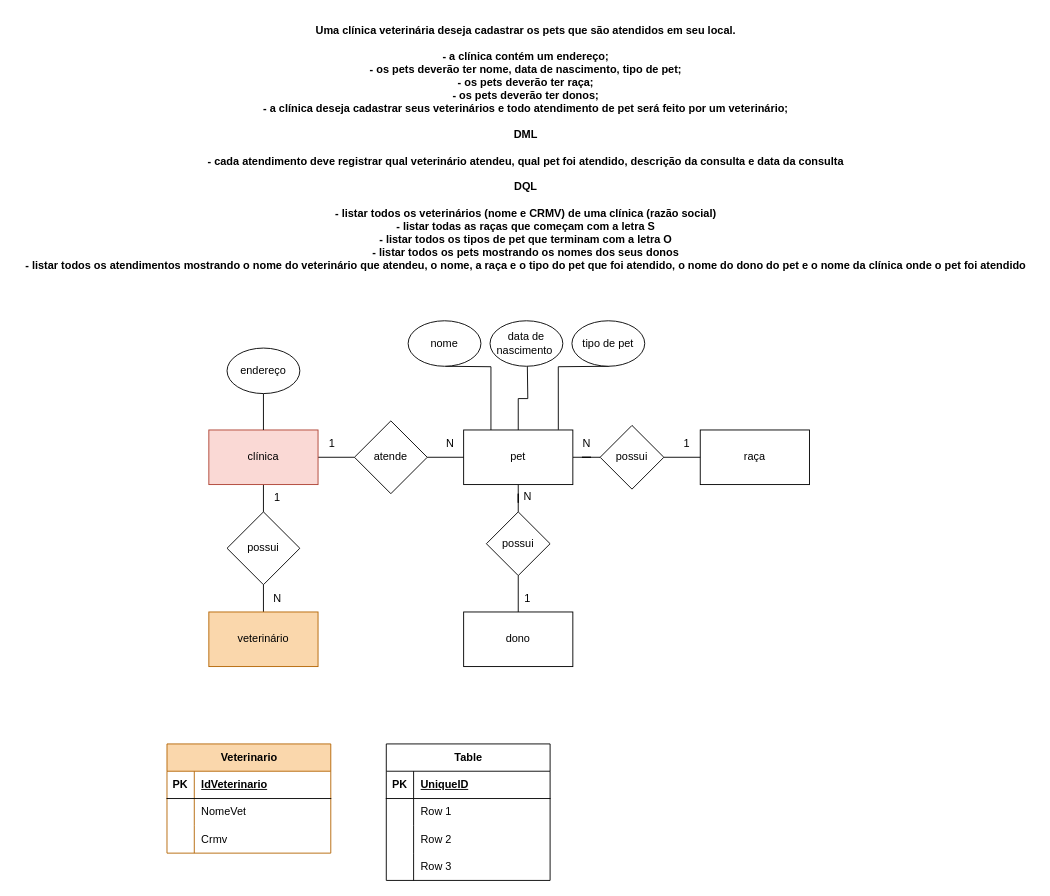
juliaathar/2DM-senai-sprint1-BD keeps this draw.io diagram as 25.07/1.3/1.3 veterinaria.drawio. Above is the earlier version. Source tidied: cells renumbered, new cells numbered last; positions are measured from the earlier drawing's top-left corner, leaving out a move shared by most shapes. Both pictures are drawn from the tidied source at 91%, with x=0, y=0 at pixel (15, 15).
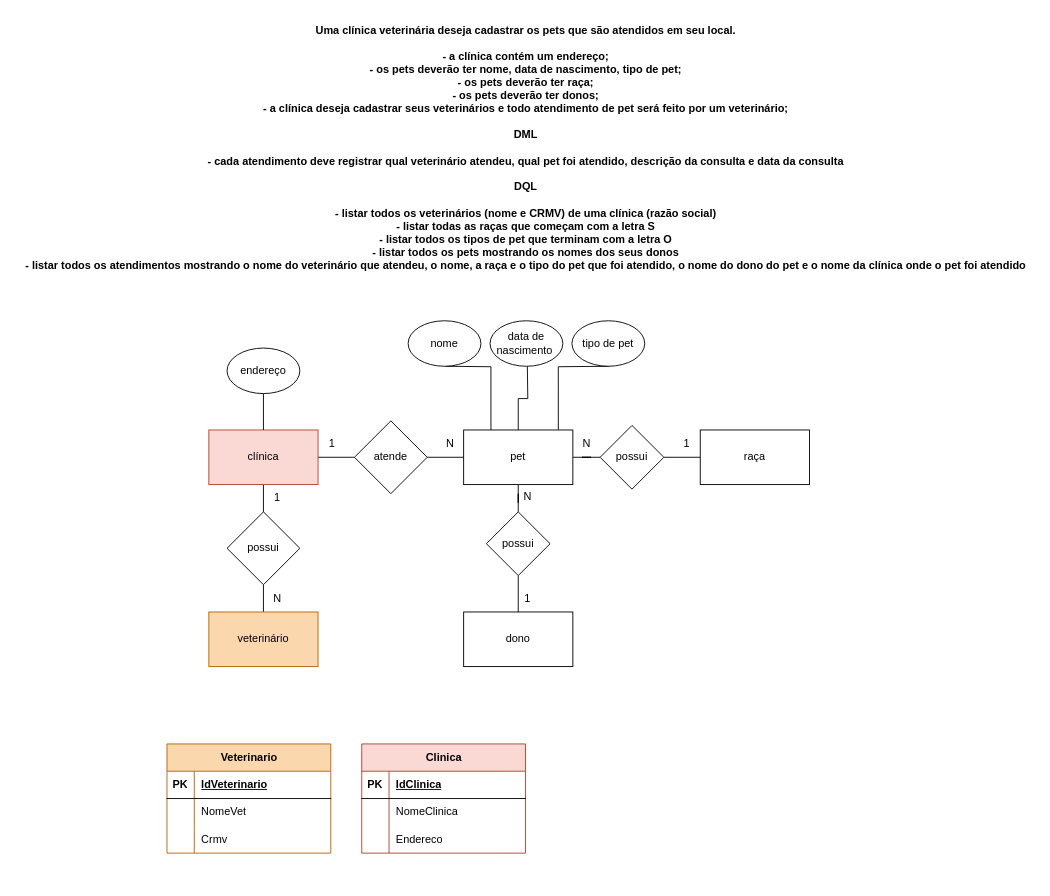
The same page after the edit.

The change refers to these unchanged cells:
```xml
<mxCell id="47" style="shape=tableRow;horizontal=0;startSize=0;swimlaneHead=0;swimlaneBody=0;fillColor=none;top=0;left=0;right=0;bottom=1;" parent="46" vertex="1">
  <mxGeometry y="30" width="180" height="30" as="geometry" />
</mxCell>
<mxCell id="50" style="shape=tableRow;horizontal=0;startSize=0;swimlaneHead=0;swimlaneBody=0;fillColor=none;top=0;left=0;right=0;bottom=0;" parent="46" vertex="1">
  <mxGeometry y="60" width="180" height="30" as="geometry" />
</mxCell>
<mxCell id="53" style="shape=tableRow;horizontal=0;startSize=0;swimlaneHead=0;swimlaneBody=0;fillColor=none;top=0;left=0;right=0;bottom=0;" parent="46" vertex="1">
  <mxGeometry y="90" width="180" height="30" as="geometry" />
</mxCell>
```

What changed in the source:
```diff
@@
-    <mxCell id="46" value="Table" style="shape=table;startSize=30;childLayout=tableLayout;rowLines=0;fontStyle=1;align=center;html=1;" parent="1" vertex="1">
-      <mxGeometry x="407" y="800" width="180" height="150" as="geometry" />
+    <mxCell id="46" value="Clinica" style="shape=table;startSize=30;childLayout=tableLayout;rowLines=0;fontStyle=1;align=center;html=1;fillColor=#fad9d5;strokeColor=#ae4132;" parent="1" vertex="1">
+      <mxGeometry x="380" y="800" width="180" height="120" as="geometry" />
     </mxCell>
@@
-    <mxCell id="49" value="UniqueID" style="shape=partialRectangle;fillColor=none;top=0;left=0;bottom=0;right=0;align=left;spacingLeft=6;fontStyle=5;overflow=hidden;whiteSpace=wrap;html=1;" parent="47" vertex="1">
+    <mxCell id="49" value="IdClinica" style="shape=partialRectangle;fillColor=none;top=0;left=0;bottom=0;right=0;align=left;spacingLeft=6;fontStyle=5;overflow=hidden;whiteSpace=wrap;html=1;" parent="47" vertex="1">
       <mxGeometry x="30" width="150" height="30" as="geometry" />
     </mxCell>
@@
-    <mxCell id="52" value="Row 1" style="shape=partialRectangle;fillColor=none;top=0;left=0;bottom=0;right=0;align=left;spacingLeft=6;overflow=hidden;whiteSpace=wrap;html=1;" parent="50" vertex="1">
+    <mxCell id="52" value="NomeClinica" style="shape=partialRectangle;fillColor=none;top=0;left=0;bottom=0;right=0;align=left;spacingLeft=6;overflow=hidden;whiteSpace=wrap;html=1;" parent="50" vertex="1">
       <mxGeometry x="30" width="150" height="30" as="geometry" />
     </mxCell>
@@
-    <mxCell id="55" value="Row 2" style="shape=partialRectangle;fillColor=none;top=0;left=0;bottom=0;right=0;align=left;spacingLeft=6;overflow=hidden;whiteSpace=wrap;html=1;" parent="53" vertex="1">
+    <mxCell id="55" value="Endereco" style="shape=partialRectangle;fillColor=none;top=0;left=0;bottom=0;right=0;align=left;spacingLeft=6;overflow=hidden;whiteSpace=wrap;html=1;" parent="53" vertex="1">
       <mxGeometry x="30" width="150" height="30" as="geometry" />
     </mxCell>
-    <mxCell id="56" style="shape=tableRow;horizontal=0;startSize=0;swimlaneHead=0;swimlaneBody=0;fillColor=none;top=0;left=0;right=0;bottom=0;" parent="46" vertex="1">
-      <mxGeometry y="120" width="180" height="30" as="geometry" />
-    </mxCell>
-    <mxCell id="57" style="shape=partialRectangle;fillColor=none;top=0;left=0;bottom=0;right=0;overflow=hidden;whiteSpace=wrap;html=1;" parent="56" vertex="1">
-      <mxGeometry width="30" height="30" as="geometry" />
-    </mxCell>
-    <mxCell id="58" value="Row 3" style="shape=partialRectangle;fillColor=none;top=0;left=0;bottom=0;right=0;align=left;spacingLeft=6;overflow=hidden;whiteSpace=wrap;html=1;" parent="56" vertex="1">
-      <mxGeometry x="30" width="150" height="30" as="geometry" />
-    </mxCell>
```
